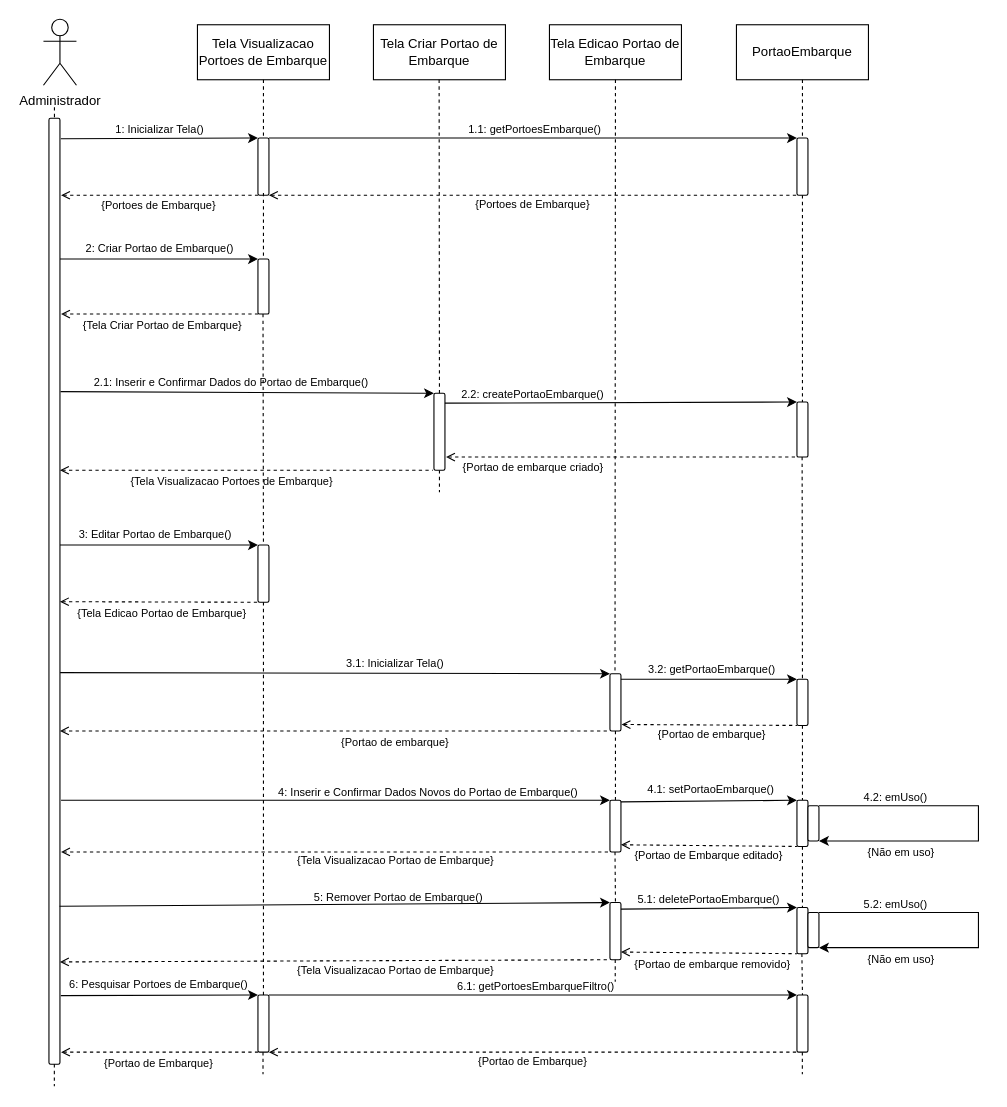
The draw.io diagram Diagramas/Eng_de_Software/Modelos/Sequencia/Manter_Portoes_de_Embarque.drawio in GabrielGMori/trabalho-conclus-o-ano, before the edit. Source tidied: cells renumbered, new cells numbered last; positions are measured from the earlier drawing's top-left corner, leaving out a move shared by most shapes. Both pictures are drawn from the tidied source at 110%, with x=0, y=0 at pixel (43, 19).
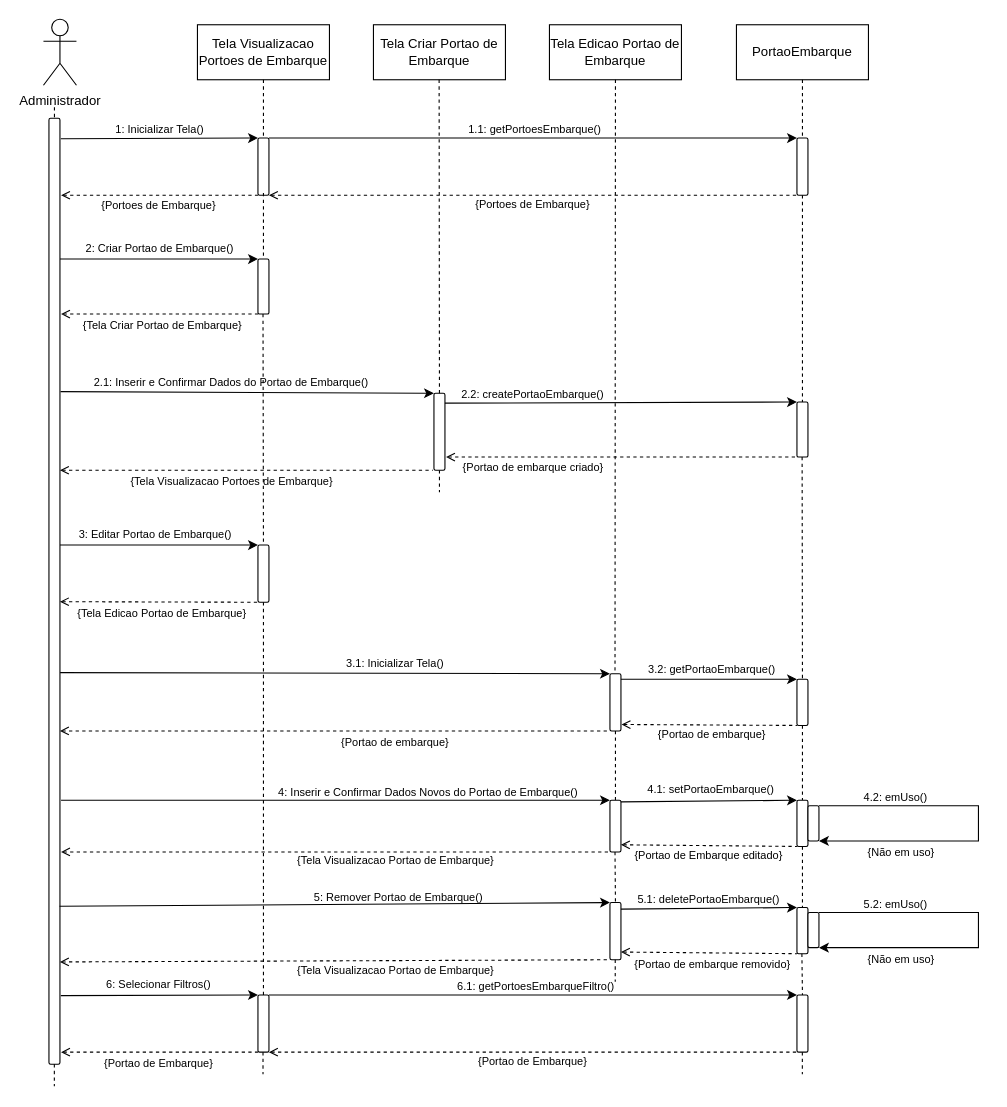
Above is the later version.

What changed in the source:
```diff
@@
-    <mxCell id="88" value="&lt;font&gt;6: Pesquisar &lt;/font&gt;Portoes de Embarque&lt;font&gt;()&lt;/font&gt;" style="text;html=1;align=center;verticalAlign=middle;whiteSpace=wrap;rounded=0;fontSize=10;" parent="1" vertex="1">
+    <mxCell id="88" value="&lt;font style=&quot;border-color: var(--border-color);&quot;&gt;6:&amp;nbsp;&lt;/font&gt;&lt;font style=&quot;border-color: var(--border-color);&quot;&gt;&lt;font style=&quot;border-color: var(--border-color);&quot;&gt;Selecionar Filtros&lt;/font&gt;&lt;font style=&quot;border-color: var(--border-color);&quot;&gt;()&lt;/font&gt;&lt;/font&gt;" style="text;html=1;align=center;verticalAlign=middle;whiteSpace=wrap;rounded=0;fontSize=10;" parent="1" vertex="1">
       <mxGeometry x="18" y="867" width="174" height="20" as="geometry" />
     </mxCell>
```
